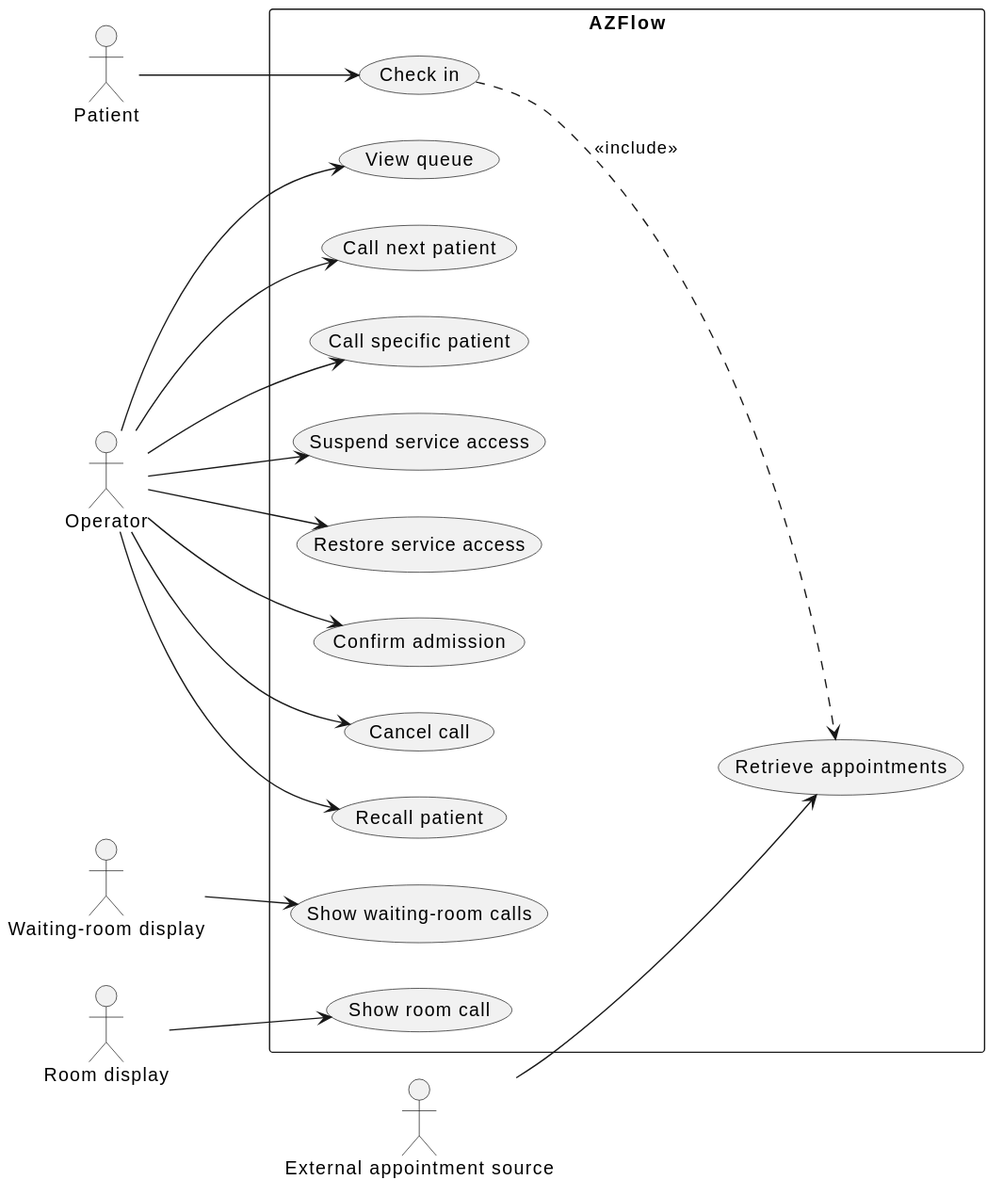
unibo-dtm-se-2526-AZFlow/report keeps this PlantUML diagram as pictures/requirements-use-cases.svg. Above is the earlier version. Its diagram source:
```plantuml
@startuml
left to right direction

actor Patient
actor Operator
actor "External appointment source" as AppointmentSource
actor "Waiting-room display" as WaitingDisplay
actor "Room display" as RoomDisplay

rectangle AZFlow {
    usecase "Check in" as CheckIn
    usecase "Retrieve appointments" as RetrieveAppointments
    usecase "View queue" as ViewQueue
    usecase "Call next patient" as CallNext
    usecase "Call specific patient" as CallSpecific
    usecase "Suspend service access" as Suspend
    usecase "Restore service access" as Restore
    usecase "Confirm admission" as Admit
    usecase "Cancel call" as Cancel
    usecase "Recall patient" as Recall
    usecase "Show waiting-room calls" as ShowWaiting
    usecase "Show room call" as ShowRoom
}

Patient --> CheckIn
CheckIn ..> RetrieveAppointments : <<include>>
AppointmentSource --> RetrieveAppointments

Operator --> ViewQueue
Operator --> CallNext
Operator --> CallSpecific
Operator --> Suspend
Operator --> Restore
Operator --> Admit
Operator --> Cancel
Operator --> Recall

WaitingDisplay --> ShowWaiting
RoomDisplay --> ShowRoom
@enduml
```
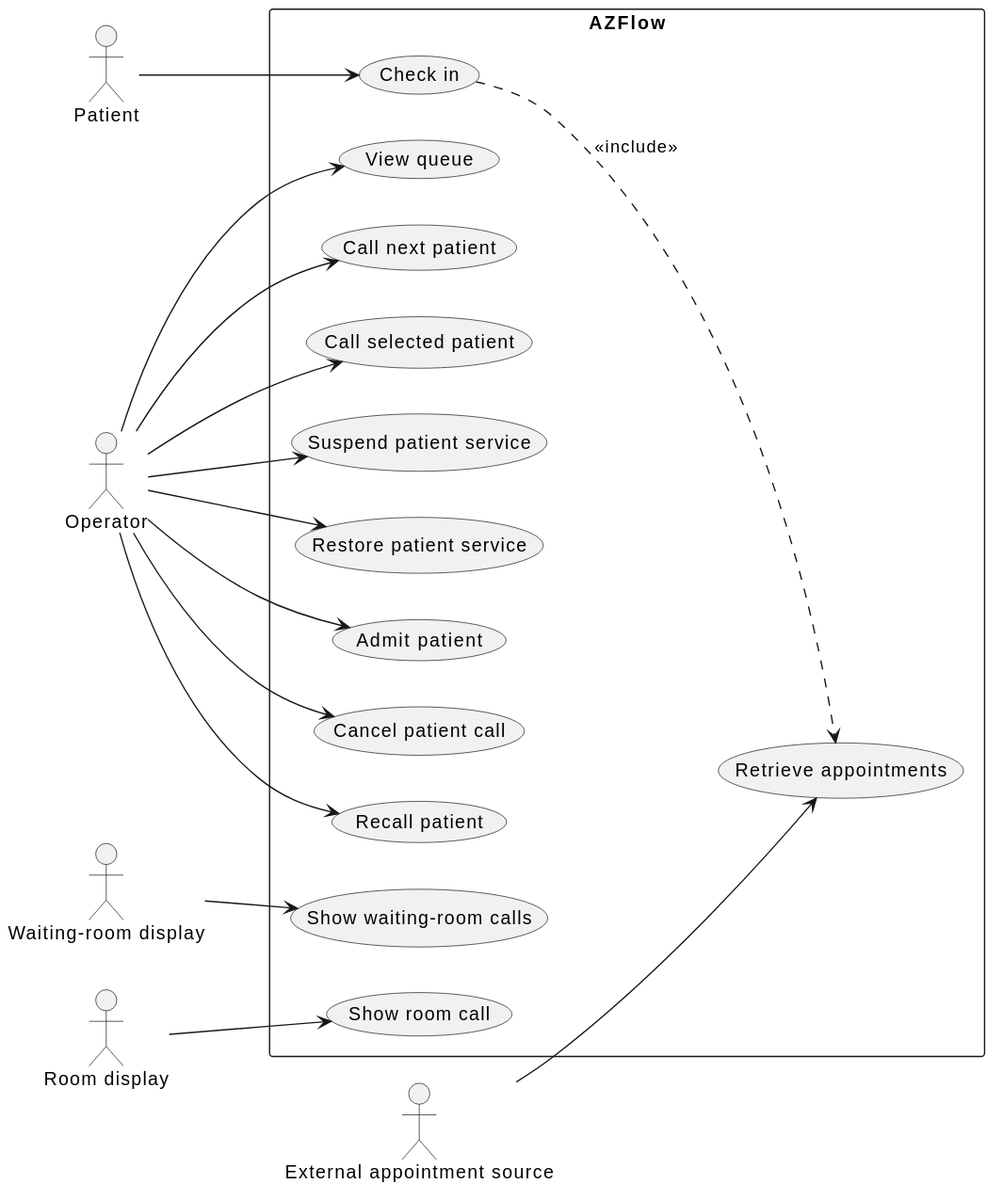
After the change.

Commit message:
docs(requirements): clarify operator use cases

Change to the diagram source:
```diff
@@ -12,11 +12,11 @@
     usecase "Retrieve appointments" as RetrieveAppointments
     usecase "View queue" as ViewQueue
     usecase "Call next patient" as CallNext
-    usecase "Call specific patient" as CallSpecific
-    usecase "Suspend service access" as Suspend
-    usecase "Restore service access" as Restore
-    usecase "Confirm admission" as Admit
-    usecase "Cancel call" as Cancel
+    usecase "Call selected patient" as CallSpecific
+    usecase "Suspend patient service" as Suspend
+    usecase "Restore patient service" as Restore
+    usecase "Admit patient" as Admit
+    usecase "Cancel patient call" as Cancel
     usecase "Recall patient" as Recall
     usecase "Show waiting-room calls" as ShowWaiting
     usecase "Show room call" as ShowRoom
```
